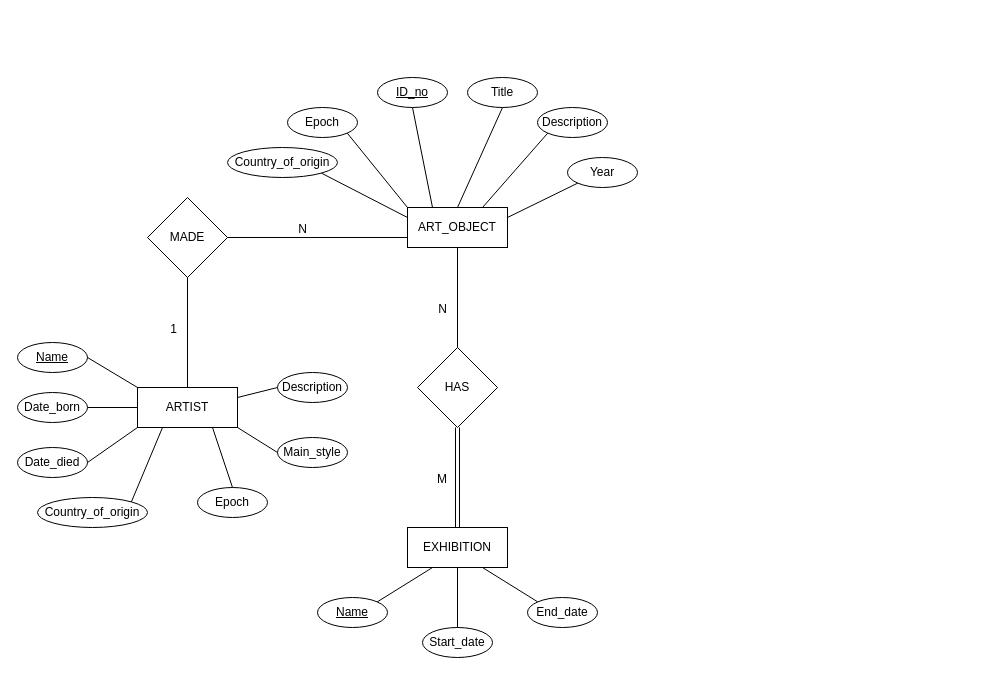
Earlier version of the draw.io diagram Database_Design_Folder/Brandon EER.drawio (Maan-Khedr-ENSF-300/museum-project-wannabyte). Source tidied: cells renumbered, new cells numbered last; positions are measured from the earlier drawing's top-left corner, leaving out a move shared by most shapes. Both pictures are drawn from the tidied source at 100%, with x=0, y=0 at pixel (17, 77).
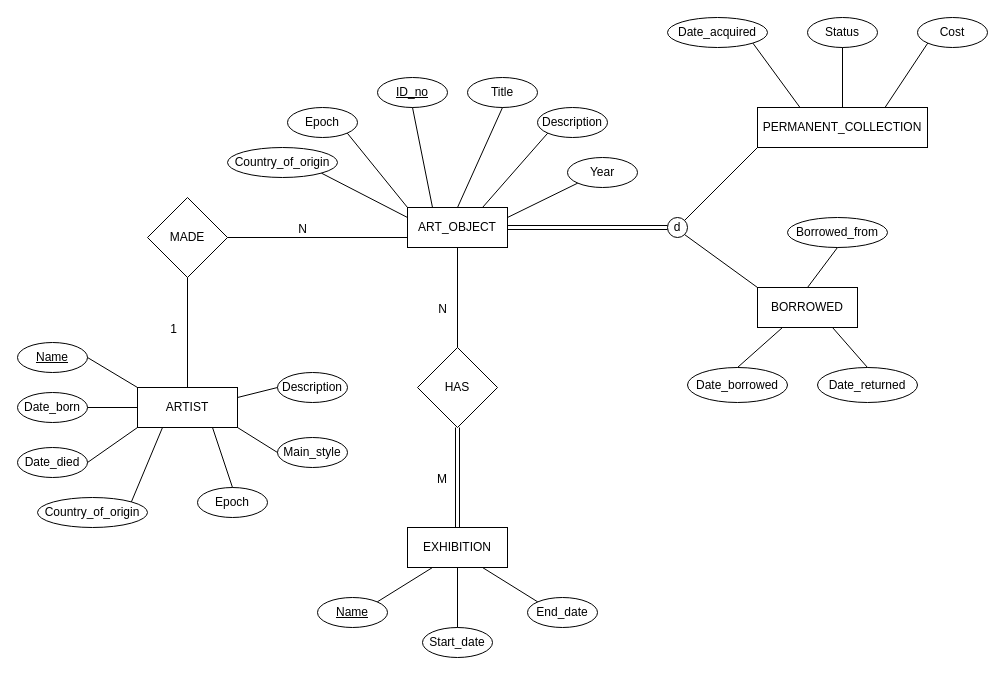
The same diagram, later.

Commit message:
PERMANENT_COLLECTIONS and BORROWED created

The change refers to these unchanged cells:
```xml
<mxCell id="2" value="ART_OBJECT" style="whiteSpace=wrap;html=1;align=center;" parent="1" vertex="1">
  <mxGeometry x="390" y="130" width="100" height="40" as="geometry" />
</mxCell>
```

Diff of the diagram source:
```diff
@@
+    <mxCell id="47" value="d" style="ellipse;whiteSpace=wrap;html=1;align=center;" parent="1" vertex="1">
+      <mxGeometry x="650" y="140" width="20" height="20" as="geometry" />
+    </mxCell>
+    <mxCell id="48" style="shape=link;html=1;rounded=0;exitX=1;exitY=0.5;exitDx=0;exitDy=0;entryX=0;entryY=0.5;entryDx=0;entryDy=0;" parent="1" edge="1" source="2" target="47">
+      <mxGeometry relative="1" as="geometry" />
+    </mxCell>
+    <mxCell id="49" value="PERMANENT_COLLECTION" style="whiteSpace=wrap;html=1;align=center;" parent="1" vertex="1">
+      <mxGeometry x="740" y="30" width="170" height="40" as="geometry" />
+    </mxCell>
+    <mxCell id="50" value="Date_acquired" style="ellipse;whiteSpace=wrap;html=1;align=center;" parent="1" vertex="1">
+      <mxGeometry x="650" y="-60" width="100" height="30" as="geometry" />
+    </mxCell>
+    <mxCell id="51" value="Status" style="ellipse;whiteSpace=wrap;html=1;align=center;" parent="1" vertex="1">
+      <mxGeometry x="790" y="-60" width="70" height="30" as="geometry" />
+    </mxCell>
+    <mxCell id="52" value="Cost" style="ellipse;whiteSpace=wrap;html=1;align=center;" parent="1" vertex="1">
+      <mxGeometry x="900" y="-60" width="70" height="30" as="geometry" />
+    </mxCell>
+    <mxCell id="53" style="endArrow=none;html=1;rounded=0;exitX=1;exitY=1;exitDx=0;exitDy=0;entryX=0.25;entryY=0;entryDx=0;entryDy=0;" parent="1" edge="1" source="50" target="49">
+      <mxGeometry relative="1" as="geometry" />
+    </mxCell>
+    <mxCell id="54" style="endArrow=none;html=1;rounded=0;exitX=0.5;exitY=1;exitDx=0;exitDy=0;entryX=0.5;entryY=0;entryDx=0;entryDy=0;" parent="1" edge="1" source="51" target="49">
+      <mxGeometry relative="1" as="geometry" />
+    </mxCell>
+    <mxCell id="55" style="endArrow=none;html=1;rounded=0;exitX=0;exitY=1;exitDx=0;exitDy=0;entryX=0.75;entryY=0;entryDx=0;entryDy=0;" parent="1" edge="1" source="52" target="49">
+      <mxGeometry relative="1" as="geometry" />
+    </mxCell>
+    <mxCell id="56" style="endArrow=none;html=1;rounded=0;exitX=1;exitY=0;exitDx=0;exitDy=0;entryX=0;entryY=1;entryDx=0;entryDy=0;" parent="1" edge="1" source="47" target="49">
+      <mxGeometry relative="1" as="geometry" />
+    </mxCell>
+    <mxCell id="57" value="BORROWED" style="whiteSpace=wrap;html=1;align=center;" parent="1" vertex="1">
+      <mxGeometry x="740" y="210" width="100" height="40" as="geometry" />
+    </mxCell>
+    <mxCell id="58" style="endArrow=none;html=1;rounded=0;exitX=1;exitY=1;exitDx=0;exitDy=0;entryX=0;entryY=0;entryDx=0;entryDy=0;" parent="1" edge="1" source="47" target="57">
+      <mxGeometry relative="1" as="geometry" />
+    </mxCell>
+    <mxCell id="59" value="Borrowed_from" style="ellipse;whiteSpace=wrap;html=1;align=center;" parent="1" vertex="1">
+      <mxGeometry x="770" y="140" width="100" height="30" as="geometry" />
+    </mxCell>
+    <mxCell id="60" value="Date_borrowed" style="ellipse;whiteSpace=wrap;html=1;align=center;" parent="1" vertex="1">
+      <mxGeometry x="670" y="290" width="100" height="35" as="geometry" />
+    </mxCell>
+    <mxCell id="61" value="Date_returned" style="ellipse;whiteSpace=wrap;html=1;align=center;" parent="1" vertex="1">
+      <mxGeometry x="800" y="290" width="100" height="35" as="geometry" />
+    </mxCell>
+    <mxCell id="62" style="endArrow=none;html=1;rounded=0;exitX=0.5;exitY=1;exitDx=0;exitDy=0;entryX=0.5;entryY=0;entryDx=0;entryDy=0;" parent="1" edge="1" source="59" target="57">
+      <mxGeometry relative="1" as="geometry" />
+    </mxCell>
+    <mxCell id="63" style="endArrow=none;html=1;rounded=0;exitX=0.25;exitY=1;exitDx=0;exitDy=0;entryX=0.5;entryY=0;entryDx=0;entryDy=0;" parent="1" edge="1" source="57" target="60">
+      <mxGeometry relative="1" as="geometry" />
+    </mxCell>
+    <mxCell id="64" style="endArrow=none;html=1;rounded=0;exitX=0.75;exitY=1;exitDx=0;exitDy=0;entryX=0.5;entryY=0;entryDx=0;entryDy=0;" parent="1" edge="1" source="57" target="61">
+      <mxGeometry relative="1" as="geometry" />
+    </mxCell>
```
